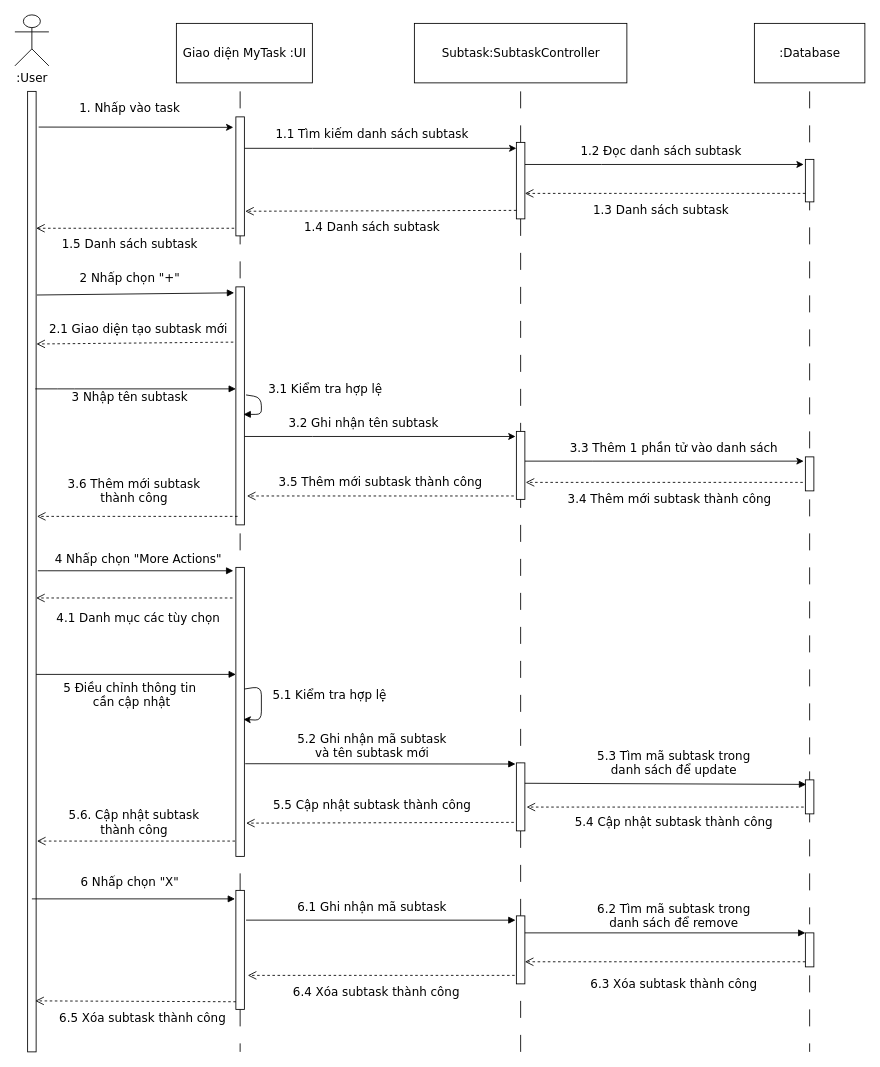
Before: ToDoApp-Doc/Document/Diagram/Sequence Diagram/ManageSubtask/ManageSubtask_SequenceDiagram.drawio in Merevoli-DatLuu/To-Do-App, a draw.io diagram. Source tidied: cells renumbered, new cells numbered last; positions are measured from the earlier drawing's top-left corner, leaving out a move shared by most shapes. Both pictures are drawn from the tidied source at 85%, with x=0, y=0 at pixel (14, 14).
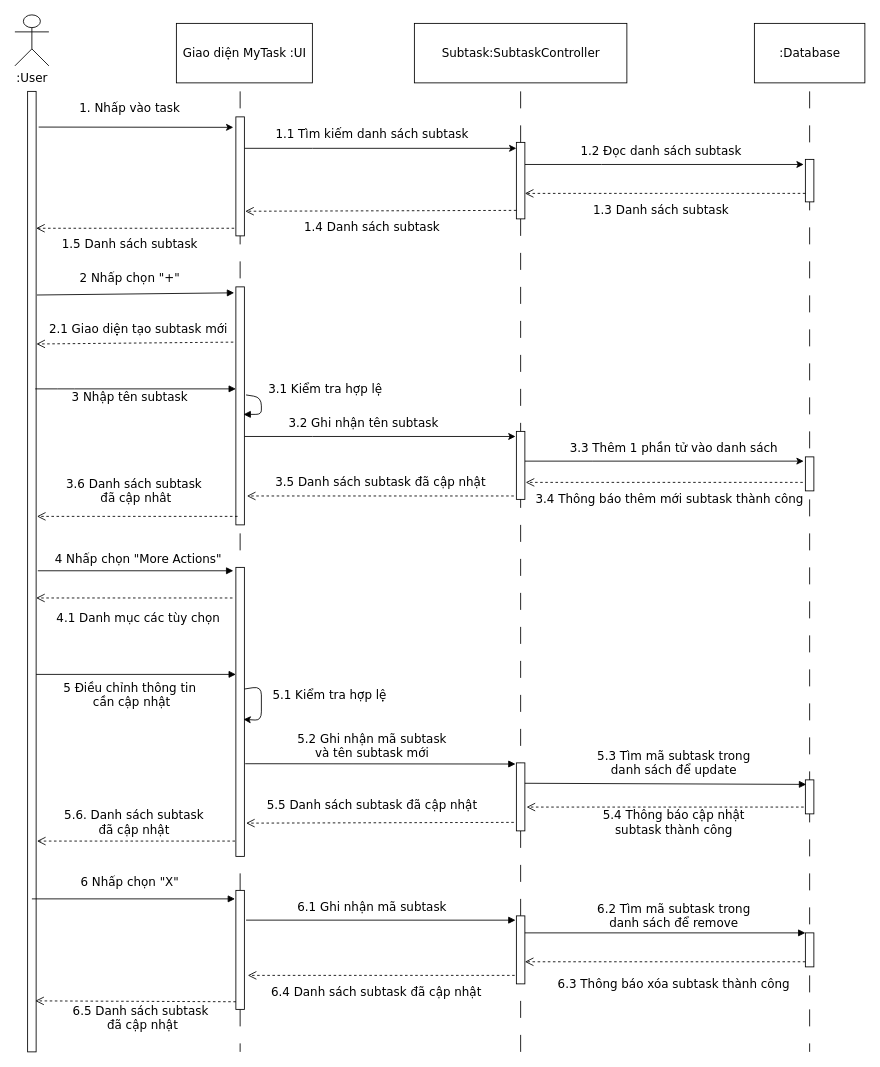
Above is the later version.

Commit message (it also covers changes not shown here):
[Modified]: ManageSubtask Sequence Diagram

Change to the diagram source:
```diff
@@
-    <mxCell id="54" value="5.6. Cập nhật subtask &lt;br&gt;thành công" style="text;html=1;align=center;verticalAlign=middle;fontFamily=Verdana;fontSize=14;" parent="1" vertex="1">
-      <mxGeometry x="55" y="930" width="170" height="40" as="geometry" />
+    <mxCell id="54" value="5.6. Danh sách subtask &lt;br&gt;đã cập nhật" style="text;html=1;align=center;verticalAlign=middle;fontFamily=Verdana;fontSize=14;" parent="1" vertex="1">
+      <mxGeometry x="50" y="930" width="180" height="40" as="geometry" />
     </mxCell>
@@
-    <mxCell id="59" value="3.4 Thêm mới subtask thành công" style="text;html=1;align=center;verticalAlign=middle;fontFamily=Verdana;fontSize=14;" parent="1" vertex="1">
-      <mxGeometry x="640" y="560" width="260" height="20" as="geometry" />
+    <mxCell id="59" value="3.4 Thông báo thêm mới subtask thành công" style="text;html=1;align=center;verticalAlign=middle;fontFamily=Verdana;fontSize=14;" parent="1" vertex="1">
+      <mxGeometry x="605" y="560" width="330" height="20" as="geometry" />
     </mxCell>
@@
-    <mxCell id="61" value="3.5 Thêm mới subtask thành công" style="text;html=1;align=center;verticalAlign=middle;fontFamily=Verdana;fontSize=14;" parent="1" vertex="1">
+    <mxCell id="61" value="3.5 Danh sách subtask&amp;nbsp;đã cập nhật" style="text;html=1;align=center;verticalAlign=middle;fontFamily=Verdana;fontSize=14;" parent="1" vertex="1">
       <mxGeometry x="300" y="540" width="260" height="20" as="geometry" />
     </mxCell>
-    <mxCell id="62" value="3.6 Thêm mới subtask &lt;br&gt;thành công" style="text;html=1;align=center;verticalAlign=middle;fontFamily=Verdana;fontSize=14;" parent="1" vertex="1">
-      <mxGeometry x="55" y="540" width="170" height="40" as="geometry" />
+    <mxCell id="62" value="3.6 Danh sách subtask&lt;br&gt;&amp;nbsp;đã cập nhât" style="text;html=1;align=center;verticalAlign=middle;fontFamily=Verdana;fontSize=14;" parent="1" vertex="1">
+      <mxGeometry x="50" y="540" width="180" height="40" as="geometry" />
     </mxCell>
@@
-    <mxCell id="64" value="5.4 Cập nhật subtask thành công" style="text;html=1;align=center;verticalAlign=middle;fontFamily=Verdana;fontSize=14;" parent="1" vertex="1">
-      <mxGeometry x="650" y="940" width="250" height="20" as="geometry" />
+    <mxCell id="64" value="5.4 Thông báo cập nhật &lt;br&gt;subtask thành công" style="text;html=1;align=center;verticalAlign=middle;fontFamily=Verdana;fontSize=14;" parent="1" vertex="1">
+      <mxGeometry x="685" y="930" width="180" height="40" as="geometry" />
     </mxCell>
@@
-    <mxCell id="66" value="5.5 Cập nhật subtask thành công" style="text;html=1;align=center;verticalAlign=middle;fontFamily=Verdana;fontSize=14;" parent="1" vertex="1">
-      <mxGeometry x="295" y="920" width="250" height="20" as="geometry" />
+    <mxCell id="66" value="5.5 Danh sách subtask&amp;nbsp;đã cập nhật" style="text;html=1;align=center;verticalAlign=middle;fontFamily=Verdana;fontSize=14;" parent="1" vertex="1">
+      <mxGeometry x="290" y="920" width="260" height="20" as="geometry" />
     </mxCell>
@@
-    <mxCell id="74" value="6.3 Xóa subtask thành công" style="text;html=1;align=center;verticalAlign=middle;fontFamily=Verdana;fontSize=14;" parent="1" vertex="1">
-      <mxGeometry x="670" y="1130" width="210" height="20" as="geometry" />
+    <mxCell id="74" value="6.3 Thông báo xóa subtask thành công" style="text;html=1;align=center;verticalAlign=middle;fontFamily=Verdana;fontSize=14;" parent="1" vertex="1">
+      <mxGeometry x="630" y="1130" width="290" height="20" as="geometry" />
     </mxCell>
@@
-    <mxCell id="76" value="6.4 Xóa subtask thành công" style="text;html=1;align=center;verticalAlign=middle;fontFamily=Verdana;fontSize=14;" parent="1" vertex="1">
-      <mxGeometry x="320" y="1140" width="210" height="20" as="geometry" />
+    <mxCell id="76" value="6.4 Danh sách subtask&amp;nbsp;đã cập nhật" style="text;html=1;align=center;verticalAlign=middle;fontFamily=Verdana;fontSize=14;" parent="1" vertex="1">
+      <mxGeometry x="295" y="1140" width="260" height="20" as="geometry" />
     </mxCell>
@@
-    <mxCell id="78" value="6.5 Xóa subtask thành công" style="text;html=1;align=center;verticalAlign=middle;fontFamily=Verdana;fontSize=14;" parent="1" vertex="1">
-      <mxGeometry x="45" y="1170" width="210" height="20" as="geometry" />
+    <mxCell id="78" value="6.5 Danh sách subtask&amp;nbsp;&lt;br&gt;đã cập nhật" style="text;html=1;align=center;verticalAlign=middle;fontFamily=Verdana;fontSize=14;" parent="1" vertex="1">
+      <mxGeometry x="60" y="1160" width="180" height="40" as="geometry" />
     </mxCell>
```
